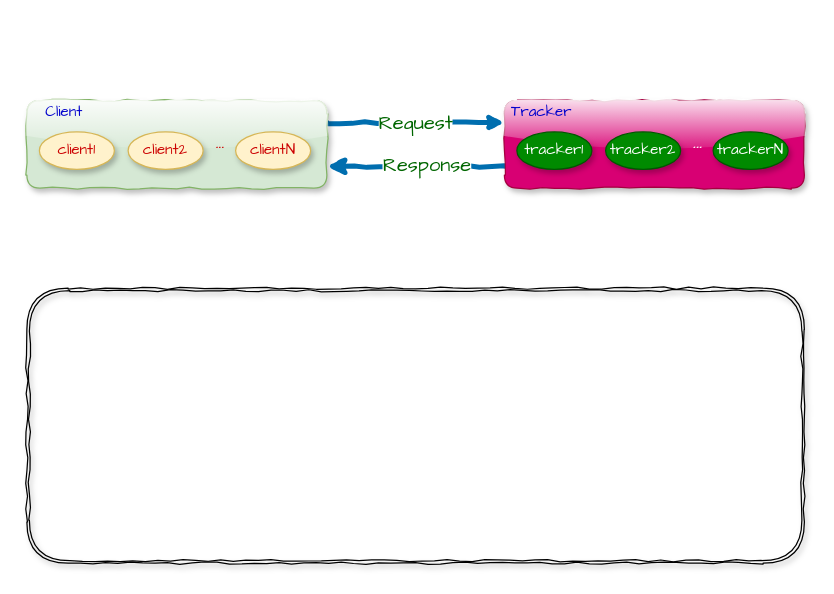
gumuqi/draw.io keeps this draw.io diagram as FastDFS架构图.drawio. Above is the earlier version. Source tidied: cells renumbered, new cells numbered last; positions are measured from the earlier drawing's top-left corner, leaving out a move shared by most shapes. Both pictures are drawn from the tidied source at 125%, with x=0, y=0 at pixel (26, 100).
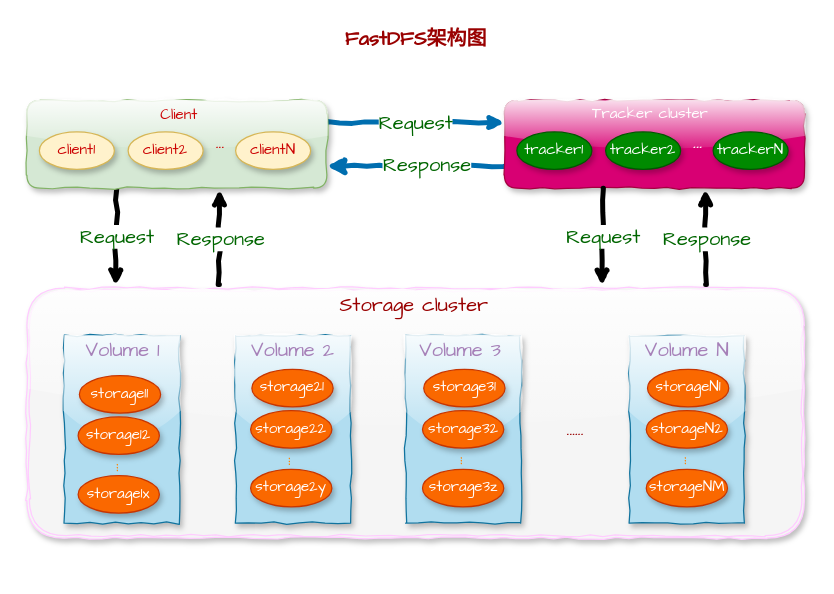
Above is the later version.

Commit message (it also covers changes not shown here):
更新FastDFS架构图.drawio

The edit, as a diff of the source:
```diff
@@
+    <mxCell id="18" style="rounded=0;comic=1;jumpStyle=none;jumpSize=11;orthogonalLoop=1;jettySize=auto;html=1;exitX=0.25;exitY=1;exitDx=0;exitDy=0;shadow=0;startSize=4;endSize=4;strokeWidth=4;fontFamily=Comic Sans MS;fontSize=16;fontColor=#006600;" parent="1" edge="1">
+      <mxGeometry relative="1" as="geometry">
+        <mxPoint x="72" y="70" as="sourcePoint" />
+        <mxPoint x="71" y="148" as="targetPoint" />
+      </mxGeometry>
+    </mxCell>
+    <mxCell id="19" value="Request" style="text;html=1;align=center;verticalAlign=middle;labelBackgroundColor=#ffffff;fontSize=16;fontFamily=Comic Sans MS;fontColor=#006600;" parent="18" vertex="1">
+      <mxGeometry relative="1" as="geometry" />
+    </mxCell>
+    <mxCell id="20" style="rounded=0;comic=1;jumpStyle=none;jumpSize=11;orthogonalLoop=1;jettySize=auto;html=1;shadow=0;startSize=4;endSize=4;strokeWidth=4;fontFamily=Comic Sans MS;fontSize=16;fontColor=#006600;exitX=0.18;exitY=-0.014;exitDx=0;exitDy=0;exitPerimeter=0;entryX=0.467;entryY=1.014;entryDx=0;entryDy=0;entryPerimeter=0;" parent="1" edge="1">
+      <mxGeometry relative="1" as="geometry">
+        <mxPoint x="154" y="147" as="sourcePoint" />
+        <mxPoint x="154" y="71" as="targetPoint" />
+      </mxGeometry>
+    </mxCell>
+    <mxCell id="21" value="Response" style="text;html=1;align=center;verticalAlign=middle;labelBackgroundColor=#ffffff;fontSize=16;fontFamily=Comic Sans MS;fontColor=#006600;" parent="20" vertex="1">
+      <mxGeometry x="-0.03" relative="1" as="geometry" />
+    </mxCell>
@@
-    <mxCell id="7" value="&lt;font color=&quot;#0000cc&quot;&gt;Client&lt;/font&gt;" style="text;html=1;strokeColor=none;fillColor=none;align=center;verticalAlign=middle;whiteSpace=wrap;rounded=0;shadow=1;glass=1;comic=1;labelBackgroundColor=none;fontFamily=Comic Sans MS;fontColor=#CC0000;" parent="1" vertex="1">
-      <mxGeometry x="10" width="40" height="20" as="geometry" />
+    <mxCell id="7" value="Client" style="text;html=1;strokeColor=none;fillColor=none;align=center;verticalAlign=middle;whiteSpace=wrap;rounded=0;shadow=1;glass=1;comic=1;labelBackgroundColor=none;fontFamily=Comic Sans MS;fontColor=#CC0000;" parent="1" vertex="1">
+      <mxGeometry x="102" y="2" width="40" height="20" as="geometry" />
     </mxCell>
@@
-    <mxCell id="15" value="&lt;font color=&quot;#0000cc&quot;&gt;Tracker&lt;/font&gt;" style="text;html=1;strokeColor=none;fillColor=none;align=center;verticalAlign=middle;whiteSpace=wrap;rounded=0;shadow=1;glass=1;comic=1;labelBackgroundColor=none;fontFamily=Comic Sans MS;fontColor=#CC0000;" parent="1" vertex="1">
-      <mxGeometry x="392" width="40" height="20" as="geometry" />
+    <mxCell id="15" value="&lt;font color=&quot;#ffffff&quot;&gt;Tracker cluster&lt;/font&gt;" style="text;html=1;strokeColor=none;fillColor=none;align=center;verticalAlign=middle;whiteSpace=wrap;rounded=0;shadow=1;glass=1;comic=1;labelBackgroundColor=none;fontFamily=Comic Sans MS;fontColor=#CC0000;" parent="1" vertex="1">
+      <mxGeometry x="449" y="1" width="100" height="20" as="geometry" />
     </mxCell>
@@
-    <mxCell id="17" style="shape=ext;double=1;rounded=1;whiteSpace=wrap;html=1;shadow=1;glass=1;comic=1;labelBackgroundColor=none;fillColor=none;fontFamily=Comic Sans MS;fontSize=16;fontColor=#006600;" parent="1" vertex="1">
-      <mxGeometry y="150" width="622" height="220" as="geometry" />
+    <mxCell id="17" style="shape=ext;double=1;rounded=1;whiteSpace=wrap;html=1;shadow=1;glass=1;comic=1;labelBackgroundColor=none;fillColor=#f5f5f5;fontFamily=Comic Sans MS;fontSize=16;fontColor=#333333;strokeColor=#FFCCFF;" parent="1" vertex="1">
+      <mxGeometry y="150" width="622" height="200" as="geometry" />
     </mxCell>
+    <mxCell id="22" style="rounded=0;comic=1;jumpStyle=none;jumpSize=11;orthogonalLoop=1;jettySize=auto;html=1;exitX=0.25;exitY=1;exitDx=0;exitDy=0;shadow=0;startSize=4;endSize=4;strokeWidth=4;fontFamily=Comic Sans MS;fontSize=16;fontColor=#006600;" parent="1" edge="1">
+      <mxGeometry relative="1" as="geometry">
+        <mxPoint x="461" y="70" as="sourcePoint" />
+        <mxPoint x="460" y="148" as="targetPoint" />
+      </mxGeometry>
+    </mxCell>
+    <mxCell id="23" value="Request" style="text;html=1;align=center;verticalAlign=middle;labelBackgroundColor=#ffffff;fontSize=16;fontFamily=Comic Sans MS;fontColor=#006600;" parent="22" vertex="1">
+      <mxGeometry relative="1" as="geometry" />
+    </mxCell>
+    <mxCell id="24" style="rounded=0;comic=1;jumpStyle=none;jumpSize=11;orthogonalLoop=1;jettySize=auto;html=1;shadow=0;startSize=4;endSize=4;strokeWidth=4;fontFamily=Comic Sans MS;fontSize=16;fontColor=#006600;exitX=0.18;exitY=-0.014;exitDx=0;exitDy=0;exitPerimeter=0;entryX=0.467;entryY=1.014;entryDx=0;entryDy=0;entryPerimeter=0;" parent="1" edge="1">
+      <mxGeometry relative="1" as="geometry">
+        <mxPoint x="543" y="147" as="sourcePoint" />
+        <mxPoint x="543" y="71" as="targetPoint" />
+      </mxGeometry>
+    </mxCell>
+    <mxCell id="25" value="Response" style="text;html=1;align=center;verticalAlign=middle;labelBackgroundColor=#ffffff;fontSize=16;fontFamily=Comic Sans MS;fontColor=#006600;" parent="24" vertex="1">
+      <mxGeometry x="-0.03" relative="1" as="geometry" />
+    </mxCell>
+    <mxCell id="26" value="FastDFS架构图" style="text;html=1;align=center;verticalAlign=middle;whiteSpace=wrap;rounded=0;shadow=1;glass=1;comic=1;labelBackgroundColor=none;fontFamily=Comic Sans MS;fontSize=16;fontStyle=1;fontColor=#990000;" parent="1" vertex="1">
+      <mxGeometry x="235.5" y="-59" width="151" height="20" as="geometry" />
+    </mxCell>
+    <mxCell id="27" style="rounded=0;whiteSpace=wrap;html=1;shadow=1;glass=1;comic=1;labelBackgroundColor=none;strokeColor=#10739e;fillColor=#b1ddf0;fontFamily=Comic Sans MS;fontSize=16;" parent="1" vertex="1">
+      <mxGeometry x="30" y="188" width="92" height="150" as="geometry" />
+    </mxCell>
+    <mxCell id="28" style="rounded=0;whiteSpace=wrap;html=1;shadow=1;glass=1;comic=1;labelBackgroundColor=none;strokeColor=#10739e;fillColor=#b1ddf0;fontFamily=Comic Sans MS;fontSize=16;" parent="1" vertex="1">
+      <mxGeometry x="167" y="188" width="92" height="150" as="geometry" />
+    </mxCell>
+    <mxCell id="29" style="rounded=0;whiteSpace=wrap;html=1;shadow=1;glass=1;comic=1;labelBackgroundColor=none;strokeColor=#10739e;fillColor=#b1ddf0;fontFamily=Comic Sans MS;fontSize=16;" parent="1" vertex="1">
+      <mxGeometry x="303" y="188" width="92" height="150" as="geometry" />
+    </mxCell>
+    <mxCell id="30" style="rounded=0;whiteSpace=wrap;html=1;shadow=1;glass=1;comic=1;labelBackgroundColor=none;strokeColor=#10739e;fillColor=#b1ddf0;fontFamily=Comic Sans MS;fontSize=16;" parent="1" vertex="1">
+      <mxGeometry x="482" y="188" width="92" height="150" as="geometry" />
+    </mxCell>
+    <mxCell id="31" value="......" style="rounded=1;whiteSpace=wrap;html=1;shadow=1;glass=1;comic=1;labelBackgroundColor=none;strokeColor=none;fillColor=none;fontFamily=Comic Sans MS;fontSize=16;fontColor=#990000;" parent="1" vertex="1">
+      <mxGeometry x="403.5" y="243" width="70" height="40" as="geometry" />
+    </mxCell>
+    <mxCell id="32" value="Storage cluster" style="text;html=1;strokeColor=none;fillColor=none;align=center;verticalAlign=middle;whiteSpace=wrap;rounded=0;shadow=1;glass=1;comic=1;labelBackgroundColor=none;fontFamily=Comic Sans MS;fontSize=16;fontColor=#990000;" parent="1" vertex="1">
+      <mxGeometry x="240" y="154" width="140" height="20" as="geometry" />
+    </mxCell>
+    <mxCell id="33" value="Volume 1" style="text;html=1;strokeColor=none;fillColor=none;align=center;verticalAlign=middle;whiteSpace=wrap;rounded=0;shadow=1;glass=1;comic=1;labelBackgroundColor=none;fontFamily=Comic Sans MS;fontSize=16;fontColor=#A680B8;" parent="1" vertex="1">
+      <mxGeometry x="42" y="190" width="70" height="20" as="geometry" />
+    </mxCell>
+    <mxCell id="34" value="Volume 2" style="text;html=1;strokeColor=none;fillColor=none;align=center;verticalAlign=middle;whiteSpace=wrap;rounded=0;shadow=1;glass=1;comic=1;labelBackgroundColor=none;fontFamily=Comic Sans MS;fontSize=16;fontColor=#A680B8;" parent="1" vertex="1">
+      <mxGeometry x="178" y="190" width="70" height="20" as="geometry" />
+    </mxCell>
+    <mxCell id="35" value="Volume 3" style="text;html=1;strokeColor=none;fillColor=none;align=center;verticalAlign=middle;whiteSpace=wrap;rounded=0;shadow=1;glass=1;comic=1;labelBackgroundColor=none;fontFamily=Comic Sans MS;fontSize=16;fontColor=#A680B8;" parent="1" vertex="1">
+      <mxGeometry x="312" y="190" width="70" height="20" as="geometry" />
+    </mxCell>
+    <mxCell id="36" value="Volume N" style="text;html=1;strokeColor=none;fillColor=none;align=center;verticalAlign=middle;whiteSpace=wrap;rounded=0;shadow=1;glass=1;comic=1;labelBackgroundColor=none;fontFamily=Comic Sans MS;fontSize=16;fontColor=#A680B8;" parent="1" vertex="1">
+      <mxGeometry x="488.5" y="190" width="79" height="20" as="geometry" />
+    </mxCell>
+    <mxCell id="37" value="storage11" style="ellipse;whiteSpace=wrap;html=1;fillColor=#fa6800;strokeColor=#C73500;fontFamily=Comic Sans MS;labelBorderColor=none;labelBackgroundColor=none;shadow=1;fontColor=#ffffff;" parent="1" vertex="1">
+      <mxGeometry x="42" y="220" width="65" height="30" as="geometry" />
+    </mxCell>
+    <mxCell id="38" value="storage12" style="ellipse;whiteSpace=wrap;html=1;fillColor=#fa6800;strokeColor=#C73500;fontFamily=Comic Sans MS;labelBorderColor=none;labelBackgroundColor=none;shadow=1;fontColor=#ffffff;" parent="1" vertex="1">
+      <mxGeometry x="41" y="253" width="65" height="30" as="geometry" />
+    </mxCell>
+    <mxCell id="39" value="storage1x" style="ellipse;whiteSpace=wrap;html=1;fillColor=#fa6800;strokeColor=#C73500;fontFamily=Comic Sans MS;labelBorderColor=none;labelBackgroundColor=none;shadow=1;fontColor=#ffffff;" parent="1" vertex="1">
+      <mxGeometry x="41" y="300" width="65" height="30" as="geometry" />
+    </mxCell>
+    <mxCell id="40" value="..." style="text;html=1;align=center;verticalAlign=bottom;whiteSpace=wrap;rounded=0;shadow=1;glass=1;comic=1;labelBackgroundColor=none;fontFamily=Comic Sans MS;fontSize=16;horizontal=0;fontColor=#FF8000;" parent="1" vertex="1">
+      <mxGeometry x="40" y="284" width="40" height="20" as="geometry" />
+    </mxCell>
+    <mxCell id="41" value="storage21" style="ellipse;whiteSpace=wrap;html=1;fillColor=#fa6800;strokeColor=#C73500;fontFamily=Comic Sans MS;labelBorderColor=none;labelBackgroundColor=none;shadow=1;fontColor=#ffffff;" parent="1" vertex="1">
+      <mxGeometry x="180" y="215" width="65" height="30" as="geometry" />
+    </mxCell>
+    <mxCell id="42" value="storage22" style="ellipse;whiteSpace=wrap;html=1;fillColor=#fa6800;strokeColor=#C73500;fontFamily=Comic Sans MS;labelBorderColor=none;labelBackgroundColor=none;shadow=1;fontColor=#ffffff;" parent="1" vertex="1">
+      <mxGeometry x="179" y="248" width="65" height="30" as="geometry" />
+    </mxCell>
+    <mxCell id="43" value="storage2y" style="ellipse;whiteSpace=wrap;html=1;fillColor=#fa6800;strokeColor=#C73500;fontFamily=Comic Sans MS;labelBorderColor=none;labelBackgroundColor=none;shadow=1;fontColor=#ffffff;" parent="1" vertex="1">
+      <mxGeometry x="179" y="295" width="65" height="30" as="geometry" />
+    </mxCell>
+    <mxCell id="44" value="..." style="text;html=1;align=center;verticalAlign=bottom;whiteSpace=wrap;rounded=0;shadow=1;glass=1;comic=1;labelBackgroundColor=none;fontFamily=Comic Sans MS;fontSize=16;horizontal=0;fontColor=#FF8000;" parent="1" vertex="1">
+      <mxGeometry x="178" y="279" width="40" height="20" as="geometry" />
+    </mxCell>
+    <mxCell id="45" value="storage31" style="ellipse;whiteSpace=wrap;html=1;fillColor=#fa6800;strokeColor=#C73500;fontFamily=Comic Sans MS;labelBorderColor=none;labelBackgroundColor=none;shadow=1;fontColor=#ffffff;" parent="1" vertex="1">
+      <mxGeometry x="317.5" y="215" width="65" height="30" as="geometry" />
+    </mxCell>
+    <mxCell id="46" value="storage32" style="ellipse;whiteSpace=wrap;html=1;fillColor=#fa6800;strokeColor=#C73500;fontFamily=Comic Sans MS;labelBorderColor=none;labelBackgroundColor=none;shadow=1;fontColor=#ffffff;" parent="1" vertex="1">
+      <mxGeometry x="316.5" y="248" width="65" height="30" as="geometry" />
+    </mxCell>
+    <mxCell id="47" value="storage3z" style="ellipse;whiteSpace=wrap;html=1;fillColor=#fa6800;strokeColor=#C73500;fontFamily=Comic Sans MS;labelBorderColor=none;labelBackgroundColor=none;shadow=1;fontColor=#ffffff;" parent="1" vertex="1">
+      <mxGeometry x="316.5" y="295" width="65" height="30" as="geometry" />
+    </mxCell>
+    <mxCell id="48" value="..." style="text;html=1;align=center;verticalAlign=bottom;whiteSpace=wrap;rounded=0;shadow=1;glass=1;comic=1;labelBackgroundColor=none;fontFamily=Comic Sans MS;fontSize=16;horizontal=0;fontColor=#FF8000;" parent="1" vertex="1">
+      <mxGeometry x="315.5" y="279" width="40" height="20" as="geometry" />
+    </mxCell>
+    <mxCell id="49" value="storageN1" style="ellipse;whiteSpace=wrap;html=1;fillColor=#fa6800;strokeColor=#C73500;fontFamily=Comic Sans MS;labelBorderColor=none;labelBackgroundColor=none;shadow=1;fontColor=#ffffff;" parent="1" vertex="1">
+      <mxGeometry x="496.5" y="215" width="65" height="30" as="geometry" />
+    </mxCell>
+    <mxCell id="50" value="storageN2" style="ellipse;whiteSpace=wrap;html=1;fillColor=#fa6800;strokeColor=#C73500;fontFamily=Comic Sans MS;labelBorderColor=none;labelBackgroundColor=none;shadow=1;fontColor=#ffffff;" parent="1" vertex="1">
+      <mxGeometry x="495.5" y="248" width="65" height="30" as="geometry" />
+    </mxCell>
+    <mxCell id="51" value="storageNM" style="ellipse;whiteSpace=wrap;html=1;fillColor=#fa6800;strokeColor=#C73500;fontFamily=Comic Sans MS;labelBorderColor=none;labelBackgroundColor=none;shadow=1;fontColor=#ffffff;" parent="1" vertex="1">
+      <mxGeometry x="495.5" y="295" width="65" height="30" as="geometry" />
+    </mxCell>
+    <mxCell id="52" value="..." style="text;html=1;align=center;verticalAlign=bottom;whiteSpace=wrap;rounded=0;shadow=1;glass=1;comic=1;labelBackgroundColor=none;fontFamily=Comic Sans MS;fontSize=16;horizontal=0;fontColor=#FF8000;" parent="1" vertex="1">
+      <mxGeometry x="494.5" y="279" width="40" height="20" as="geometry" />
+    </mxCell>
```
